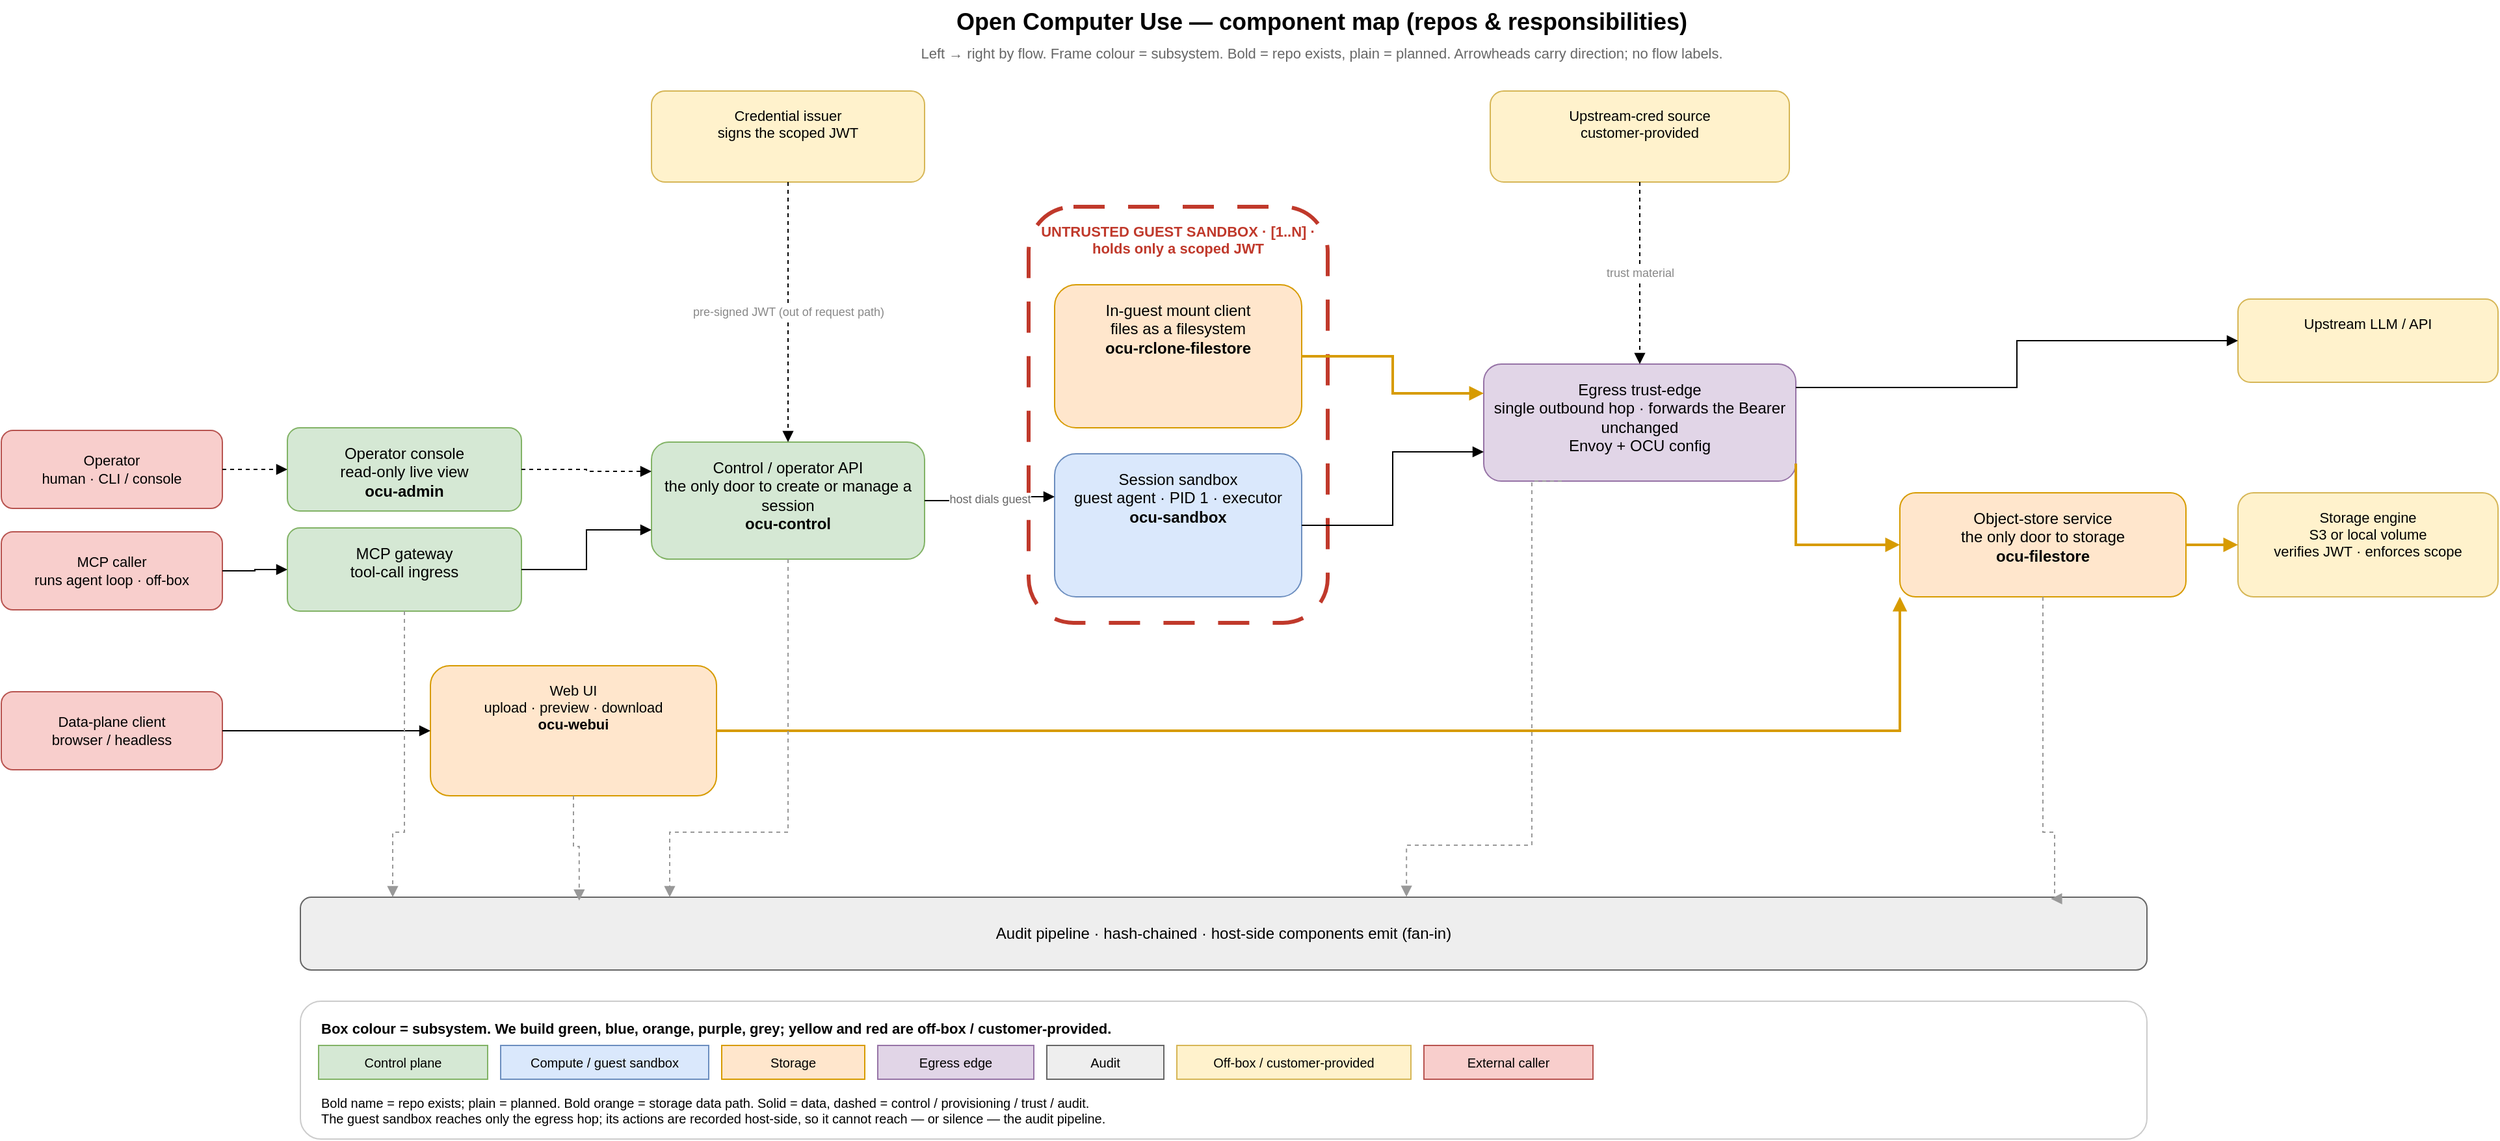
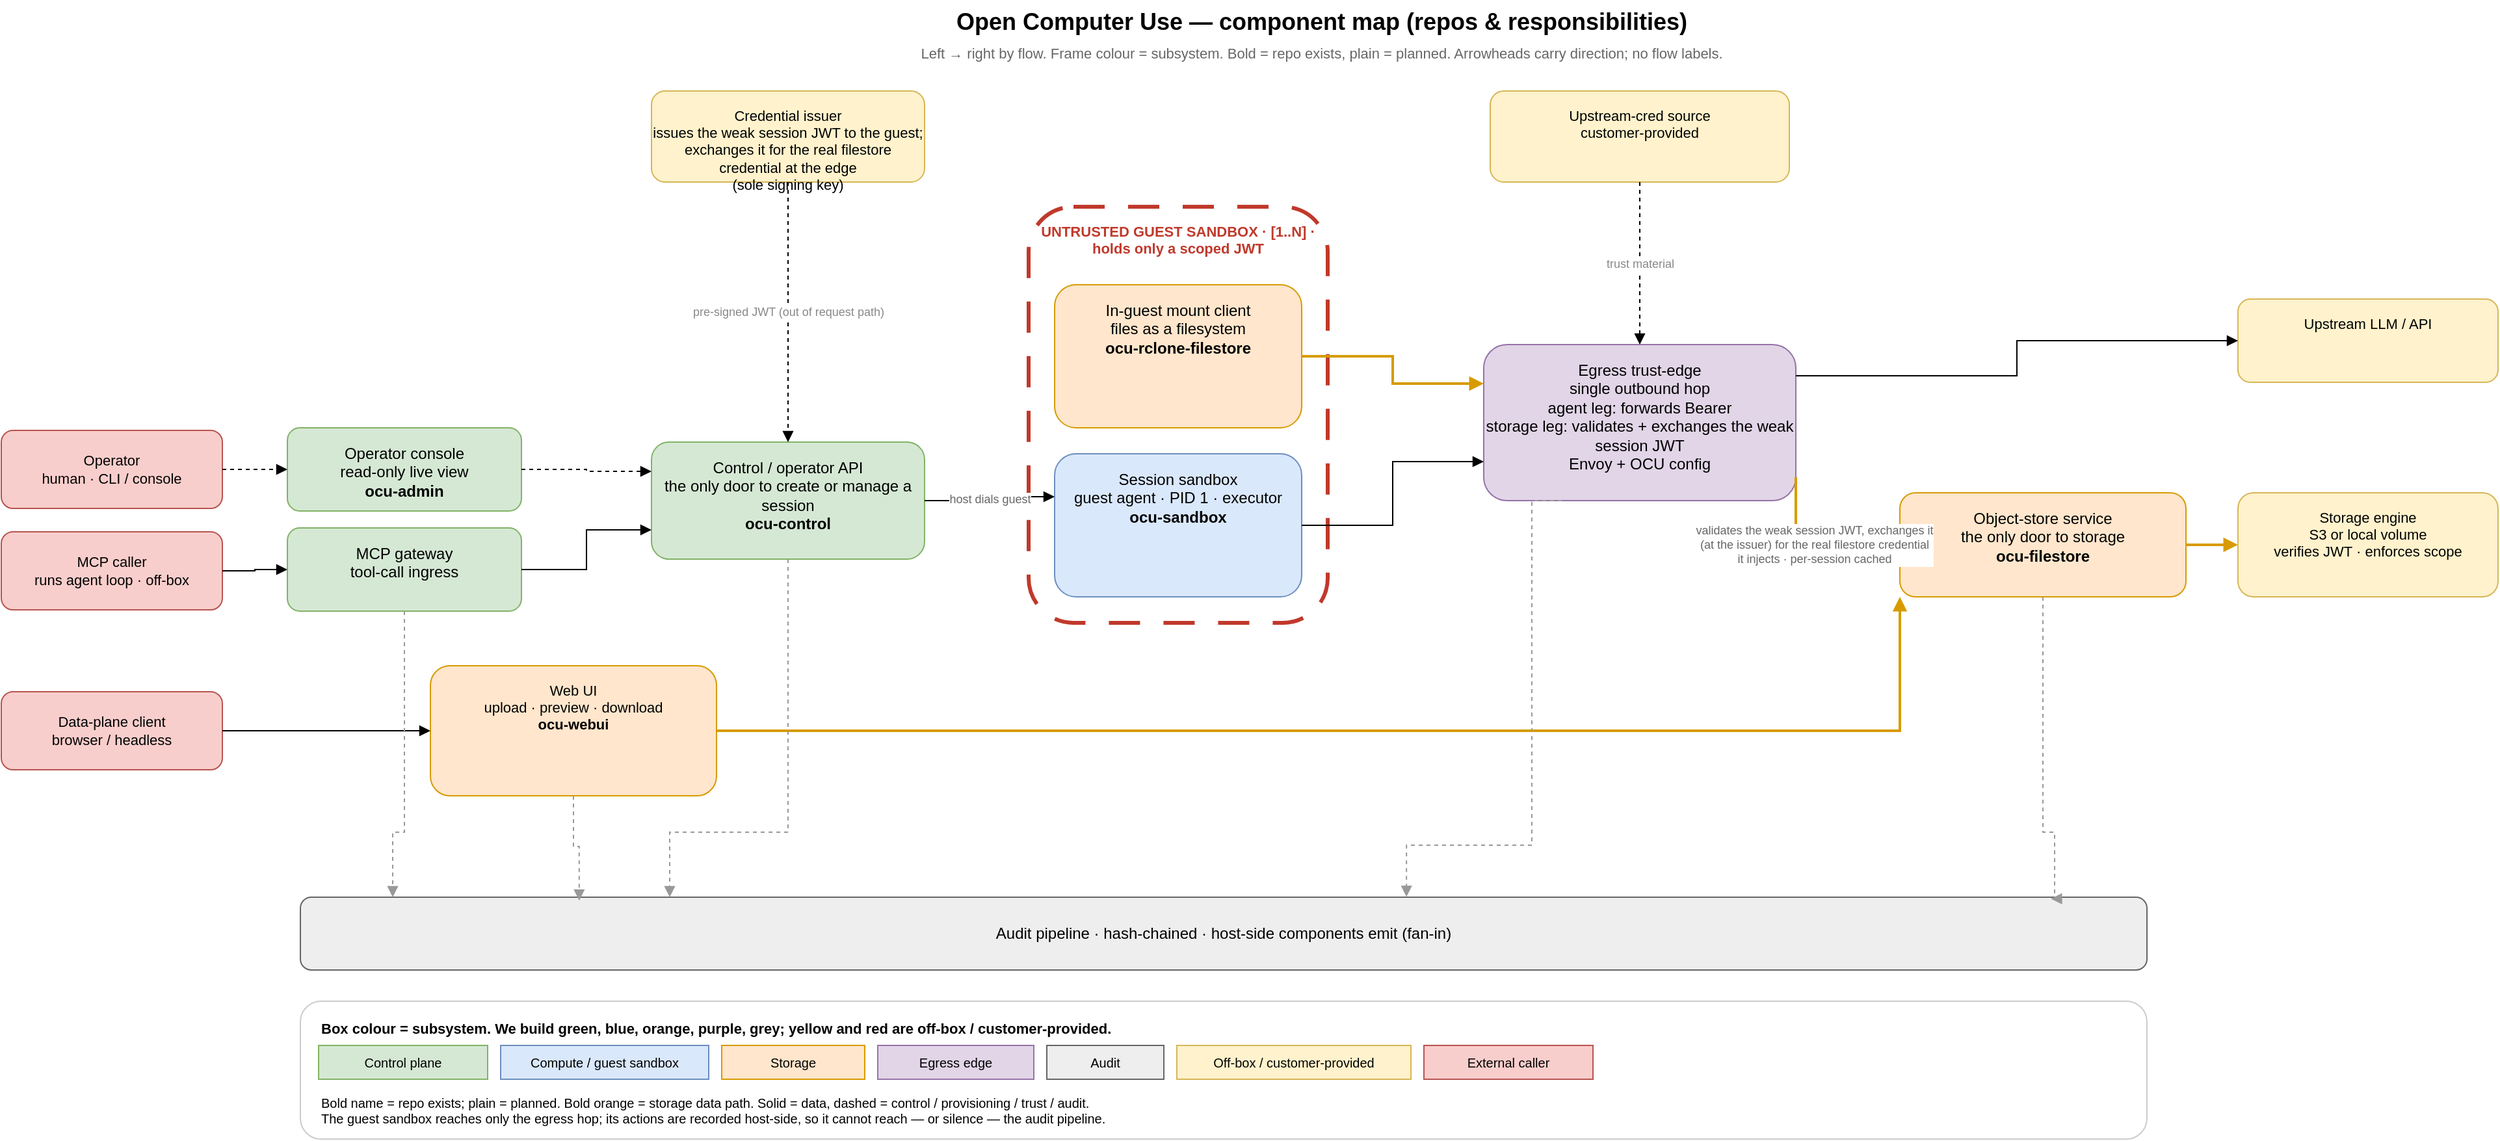
<mxfile host="65bd71144e">
    <diagram id="ocu-components" name="Component map">
        <mxGraphModel dx="1435" dy="1511" grid="1" gridSize="10" guides="1" tooltips="1" connect="1" arrows="1" fold="1" page="1" pageScale="1" pageWidth="2000" pageHeight="900" math="0" shadow="0">
            <root>
                <mxCell id="0"/>
                <mxCell id="1" parent="0"/>
                <mxCell id="title" value="Open Computer Use — component map (repos &amp; responsibilities)" style="text;html=1;strokeColor=none;fillColor=none;fontSize=18;fontStyle=1;align=center;" parent="1" vertex="1">
                    <mxGeometry x="700" y="20" width="710" height="28" as="geometry"/>
                </mxCell>
                <mxCell id="sub" value="Left → right by flow. Frame colour = subsystem. Bold = repo exists, plain = planned. Arrowheads carry direction; no flow labels." style="text;html=1;strokeColor=none;fillColor=none;fontSize=11;fontColor=#666;align=center;" parent="1" vertex="1">
                    <mxGeometry x="700" y="48" width="710" height="16" as="geometry"/>
                </mxCell>
                <mxCell id="x-peer" value="MCP caller&#xa;runs agent loop · off-box" style="rounded=1;whiteSpace=wrap;html=1;fillColor=#f8cecc;strokeColor=#b85450;fontSize=11;" parent="1" vertex="1">
                    <mxGeometry x="40" y="429" width="170" height="60" as="geometry"/>
                </mxCell>
                <mxCell id="x-op" value="Operator&#xa;human · CLI / console" style="rounded=1;whiteSpace=wrap;html=1;fillColor=#f8cecc;strokeColor=#b85450;fontSize=11;" parent="1" vertex="1">
                    <mxGeometry x="40" y="351" width="170" height="60" as="geometry"/>
                </mxCell>
                <mxCell id="x-dpc" value="Data-plane client&#xa;browser / headless" style="rounded=1;whiteSpace=wrap;html=1;fillColor=#f8cecc;strokeColor=#b85450;fontSize=11;" parent="1" vertex="1">
                    <mxGeometry x="40" y="552" width="170" height="60" as="geometry"/>
                </mxCell>
-                 <mxCell id="o-issuer" value="Credential issuer&#xa;signs the scoped JWT" style="rounded=1;whiteSpace=wrap;html=1;fillColor=#fff2cc;strokeColor=#d6b656;fontSize=11;verticalAlign=top;spacingTop=6;" parent="1" vertex="1">
+                 <mxCell id="o-issuer" value="Credential issuer&#xa;issues the weak session JWT to the guest;&#xa;exchanges it for the real filestore credential at the edge&#xa;(sole signing key)" style="rounded=1;whiteSpace=wrap;html=1;fillColor=#fff2cc;strokeColor=#d6b656;fontSize=11;verticalAlign=top;spacingTop=6;" parent="1" vertex="1">
                    <mxGeometry x="540" y="90" width="210" height="70" as="geometry"/>
                </mxCell>
                <mxCell id="c01" value="MCP gateway&#xa;tool-call ingress" style="rounded=1;whiteSpace=wrap;html=1;fillColor=#d5e8d4;strokeColor=#82b366;fontSize=12;verticalAlign=top;spacingTop=6;" parent="1" vertex="1">
                    <mxGeometry x="260" y="426" width="180" height="64" as="geometry"/>
                </mxCell>
                <mxCell id="cadmin" value="Operator console&#xa;read-only live view&#xa;&lt;b&gt;ocu-admin&lt;/b&gt;" style="rounded=1;whiteSpace=wrap;html=1;fillColor=#d5e8d4;strokeColor=#82b366;fontSize=12;verticalAlign=top;spacingTop=6;" parent="1" vertex="1">
                    <mxGeometry x="260" y="349" width="180" height="64" as="geometry"/>
                </mxCell>
                <mxCell id="c02" value="Control / operator API&#xa;the only door to create or manage a session&#xa;&lt;b&gt;ocu-control&lt;/b&gt;" style="rounded=1;whiteSpace=wrap;html=1;fillColor=#d5e8d4;strokeColor=#82b366;fontSize=12;verticalAlign=top;spacingTop=6;" parent="1" vertex="1">
                    <mxGeometry x="540" y="360" width="210" height="90" as="geometry"/>
                </mxCell>
                <mxCell id="guestframe" value="UNTRUSTED GUEST SANDBOX · [1..N] · holds only a scoped JWT" style="rounded=1;whiteSpace=wrap;html=1;fillColor=none;strokeColor=#c0392b;strokeWidth=3;dashed=1;dashPattern=8 6;fontSize=11;fontStyle=1;fontColor=#c0392b;verticalAlign=top;align=center;spacingTop=6;" parent="1" vertex="1">
                    <mxGeometry x="830" y="179" width="230" height="320" as="geometry"/>
                </mxCell>
                <mxCell id="g-agent" value="Session sandbox&#xa;guest agent · PID 1 · executor&#xa;&lt;b&gt;ocu-sandbox&lt;/b&gt;" style="rounded=1;whiteSpace=wrap;html=1;fillColor=#dae8fc;strokeColor=#6c8ebf;fontSize=12;verticalAlign=top;spacingTop=6;" parent="guestframe" vertex="1">
                    <mxGeometry x="20" y="190" width="190" height="110" as="geometry"/>
                </mxCell>
                <mxCell id="g-mount" value="In-guest mount client&#xa;files as a filesystem&#xa;&lt;b&gt;ocu-rclone-filestore&lt;/b&gt;" style="rounded=1;whiteSpace=wrap;html=1;fillColor=#ffe6cc;strokeColor=#d79b00;fontSize=12;verticalAlign=top;spacingTop=6;" parent="guestframe" vertex="1">
                    <mxGeometry x="20" y="60" width="190" height="110" as="geometry"/>
                </mxCell>
-                 <mxCell id="c06" value="Egress trust-edge&#xa;single outbound hop · forwards the Bearer unchanged&#xa;Envoy + OCU config" style="rounded=1;whiteSpace=wrap;html=1;fillColor=#e1d5e7;strokeColor=#9673a6;fontSize=12;verticalAlign=top;spacingTop=6;" parent="1" vertex="1">
-                     <mxGeometry x="1180" y="300" width="240" height="90" as="geometry"/>
+                 <mxCell id="c06" value="Egress trust-edge&#xa;single outbound hop&#xa;agent leg: forwards Bearer&#xa;storage leg: validates + exchanges the weak session JWT&#xa;Envoy + OCU config" style="rounded=1;whiteSpace=wrap;html=1;fillColor=#e1d5e7;strokeColor=#9673a6;fontSize=12;verticalAlign=top;spacingTop=6;" parent="1" vertex="1">
+                     <mxGeometry x="1180" y="285" width="240" height="120" as="geometry"/>
                </mxCell>
                <mxCell id="c08" value="Web UI&#xa;upload · preview · download&#xa;&lt;b&gt;ocu-webui&lt;/b&gt;" style="rounded=1;whiteSpace=wrap;html=1;fillColor=#ffe6cc;strokeColor=#d79b00;fontSize=11;verticalAlign=top;spacingTop=6;" parent="1" vertex="1">
                    <mxGeometry x="370" y="532" width="220" height="100" as="geometry"/>
                </mxCell>
                <mxCell id="c04" value="Object-store service&#xa;the only door to storage&#xa;&lt;b&gt;ocu-filestore&lt;/b&gt;" style="rounded=1;whiteSpace=wrap;html=1;fillColor=#ffe6cc;strokeColor=#d79b00;fontSize=12;verticalAlign=top;spacingTop=6;" parent="1" vertex="1">
                    <mxGeometry x="1500" y="399" width="220" height="80" as="geometry"/>
                </mxCell>
                <mxCell id="o-up" value="Upstream LLM / API" style="rounded=1;whiteSpace=wrap;html=1;fillColor=#fff2cc;strokeColor=#d6b656;fontSize=11;verticalAlign=top;spacingTop=6;" parent="1" vertex="1">
                    <mxGeometry x="1760" y="250" width="200" height="64" as="geometry"/>
                </mxCell>
                <mxCell id="o-sds" value="Upstream-cred source&#xa;customer-provided" style="rounded=1;whiteSpace=wrap;html=1;fillColor=#fff2cc;strokeColor=#d6b656;fontSize=11;verticalAlign=top;spacingTop=6;" parent="1" vertex="1">
                    <mxGeometry x="1185" y="90" width="230" height="70" as="geometry"/>
                </mxCell>
                <mxCell id="o-backend" value="Storage engine&#xa;S3 or local volume&#xa;verifies JWT · enforces scope" style="rounded=1;whiteSpace=wrap;html=1;fillColor=#fff2cc;strokeColor=#d6b656;fontSize=11;verticalAlign=top;spacingTop=6;" parent="1" vertex="1">
                    <mxGeometry x="1760" y="399" width="200" height="80" as="geometry"/>
                </mxCell>
                <mxCell id="c07" value="Audit pipeline · hash-chained · host-side components emit (fan-in)" style="rounded=1;whiteSpace=wrap;html=1;fillColor=#eeeeee;strokeColor=#666666;fontSize=12;verticalAlign=middle;align=center;" parent="1" vertex="1">
                    <mxGeometry x="270" y="710" width="1420" height="56" as="geometry"/>
                </mxCell>
                <mxCell id="e-peer" style="edgeStyle=orthogonalEdgeStyle;html=1;rounded=0;endArrow=block;exitX=1;exitY=0.5;entryX=0;entryY=0.5;" parent="1" source="x-peer" target="c01" edge="1">
                    <mxGeometry relative="1" as="geometry"/>
                </mxCell>
                <mxCell id="e-gw-ctrl" style="edgeStyle=orthogonalEdgeStyle;html=1;rounded=0;endArrow=block;exitX=1;exitY=0.5;entryX=0;entryY=0.75;entryDx=0;entryDy=0;" parent="1" source="c01" target="c02" edge="1">
                    <mxGeometry relative="1" as="geometry"/>
                </mxCell>
                <mxCell id="e-ctrl-sbx" value="host dials guest" style="edgeStyle=orthogonalEdgeStyle;html=1;rounded=0;endArrow=block;fontSize=9;fontColor=#666;exitX=1;exitY=0.5;entryX=0;entryY=0.3;" parent="1" source="c02" target="g-agent" edge="1">
                    <mxGeometry relative="1" as="geometry"/>
                </mxCell>
                <mxCell id="e-op-admin" style="edgeStyle=orthogonalEdgeStyle;html=1;rounded=0;endArrow=block;dashed=1;exitX=1;exitY=0.5;entryX=0;entryY=0.5;exitDx=0;exitDy=0;" parent="1" source="x-op" target="cadmin" edge="1">
                    <mxGeometry relative="1" as="geometry"/>
                </mxCell>
                <mxCell id="e-admin-ctrl" style="edgeStyle=orthogonalEdgeStyle;html=1;rounded=0;endArrow=block;dashed=1;exitX=1;exitY=0.5;entryX=0;entryY=0.25;entryDx=0;entryDy=0;" parent="1" source="cadmin" target="c02" edge="1">
                    <mxGeometry relative="1" as="geometry"/>
                </mxCell>
                <mxCell id="e-iss-ctrl" value="pre-signed JWT (out of request path)" style="edgeStyle=orthogonalEdgeStyle;html=1;rounded=0;endArrow=block;dashed=1;fontSize=9;fontColor=#888;exitX=0.5;exitY=1;entryX=0.5;entryY=0;exitDx=0;exitDy=0;" parent="1" source="o-issuer" target="c02" edge="1">
                    <mxGeometry relative="1" as="geometry">
                        <mxPoint x="645" y="189" as="sourcePoint"/>
                    </mxGeometry>
                </mxCell>
                <mxCell id="e-mount-egr" style="edgeStyle=orthogonalEdgeStyle;html=1;rounded=0;endArrow=block;strokeWidth=2;strokeColor=#d79b00;exitX=1;exitY=0.5;entryX=0;entryY=0.25;entryDx=0;entryDy=0;" parent="1" source="g-mount" target="c06" edge="1">
                    <mxGeometry relative="1" as="geometry"/>
                </mxCell>
-                 <mxCell id="e-egr-backend" style="edgeStyle=orthogonalEdgeStyle;html=1;rounded=0;endArrow=block;strokeWidth=2;strokeColor=#d79b00;exitX=1;exitY=0.85;entryX=0;entryY=0.5;entryDx=0;entryDy=0;" parent="1" source="c06" target="c04" edge="1">
+                 <mxCell id="e-egr-backend" value="validates the weak session JWT, exchanges it&#xa;(at the issuer) for the real filestore credential&#xa;it injects · per-session cached" style="edgeStyle=orthogonalEdgeStyle;html=1;rounded=0;endArrow=block;strokeWidth=2;strokeColor=#d79b00;fontSize=9;fontColor=#666;exitX=1;exitY=0.85;entryX=0;entryY=0.5;entryDx=0;entryDy=0;" parent="1" source="c06" target="c04" edge="1">
                    <mxGeometry relative="1" as="geometry">
                        <Array as="points">
                            <mxPoint x="1500" y="439"/>
                            <mxPoint x="1500" y="439"/>
                        </Array>
                    </mxGeometry>
                </mxCell>
                <mxCell id="e-dpc" style="edgeStyle=orthogonalEdgeStyle;html=1;rounded=0;endArrow=block;exitX=1;exitY=0.5;entryX=0;entryY=0.5;" parent="1" source="x-dpc" target="c08" edge="1">
                    <mxGeometry relative="1" as="geometry"/>
                </mxCell>
                <mxCell id="e-webui-c04" style="edgeStyle=orthogonalEdgeStyle;html=1;rounded=0;endArrow=block;strokeWidth=2;strokeColor=#d79b00;exitX=1;exitY=0.5;entryX=0;entryY=1;entryDx=0;entryDy=0;" parent="1" source="c08" target="c04" edge="1">
                    <mxGeometry relative="1" as="geometry"/>
                </mxCell>
                <mxCell id="e-c04-backend" style="edgeStyle=orthogonalEdgeStyle;html=1;rounded=0;endArrow=block;strokeWidth=2;strokeColor=#d79b00;exitX=1;exitY=0.5;entryX=0;entryY=0.5;entryDx=0;entryDy=0;" parent="1" source="c04" target="o-backend" edge="1">
                    <mxGeometry relative="1" as="geometry"/>
                </mxCell>
                <mxCell id="e-agent-egr" style="edgeStyle=orthogonalEdgeStyle;html=1;rounded=0;endArrow=block;exitX=1;exitY=0.5;entryX=0;entryY=0.75;entryDx=0;entryDy=0;" parent="1" source="g-agent" target="c06" edge="1">
                    <mxGeometry relative="1" as="geometry"/>
                </mxCell>
                <mxCell id="e-egr-up" style="edgeStyle=orthogonalEdgeStyle;html=1;rounded=0;endArrow=block;exitX=1;exitY=0.2;entryX=0;entryY=0.5;" parent="1" source="c06" target="o-up" edge="1">
                    <mxGeometry relative="1" as="geometry"/>
                </mxCell>
                <mxCell id="e-sds-egr" value="trust material" style="edgeStyle=orthogonalEdgeStyle;html=1;rounded=0;endArrow=block;dashed=1;fontSize=9;fontColor=#888;exitX=0.5;exitY=1;entryX=0.5;entryY=0;exitDx=0;exitDy=0;" parent="1" source="o-sds" target="c06" edge="1">
                    <mxGeometry relative="1" as="geometry">
                        <mxPoint x="1295" y="189" as="sourcePoint"/>
                    </mxGeometry>
                </mxCell>
                <mxCell id="e-gw-audit" style="edgeStyle=orthogonalEdgeStyle;html=1;rounded=0;endArrow=block;dashed=1;strokeColor=#999;exitX=0.5;exitY=1;entryX=0.05;entryY=0;" parent="1" source="c01" target="c07" edge="1">
                    <mxGeometry relative="1" as="geometry">
                        <Array as="points">
                            <mxPoint x="350" y="660"/>
                            <mxPoint x="341" y="660"/>
                        </Array>
                    </mxGeometry>
                </mxCell>
                <mxCell id="e-ctrl-audit" style="edgeStyle=orthogonalEdgeStyle;html=1;rounded=0;endArrow=block;dashed=1;strokeColor=#999;exitX=0.5;exitY=1;entryX=0.2;entryY=0;" parent="1" source="c02" target="c07" edge="1">
                    <mxGeometry relative="1" as="geometry">
                        <Array as="points">
                            <mxPoint x="645" y="660"/>
                            <mxPoint x="554" y="660"/>
                        </Array>
                    </mxGeometry>
                </mxCell>
                <mxCell id="e-egr-audit" style="edgeStyle=orthogonalEdgeStyle;html=1;rounded=0;endArrow=block;dashed=1;strokeColor=#999;exitX=0.25;exitY=1;entryX=0.599;entryY=-0.005;exitDx=0;exitDy=0;entryDx=0;entryDy=0;entryPerimeter=0;" parent="1" source="c06" target="c07" edge="1">
                    <mxGeometry relative="1" as="geometry">
                        <Array as="points">
                            <mxPoint x="1217" y="670"/>
                            <mxPoint x="1121" y="670"/>
                        </Array>
                    </mxGeometry>
                </mxCell>
                <mxCell id="e-c04-audit" style="edgeStyle=orthogonalEdgeStyle;html=1;rounded=0;endArrow=block;dashed=1;strokeColor=#999;exitX=0.5;exitY=1;entryX=0.948;entryY=0.022;entryDx=0;entryDy=0;entryPerimeter=0;" parent="1" source="c04" target="c07" edge="1">
                    <mxGeometry relative="1" as="geometry">
                        <Array as="points">
                            <mxPoint x="1610" y="660"/>
                            <mxPoint x="1619" y="660"/>
                            <mxPoint x="1619" y="711"/>
                        </Array>
                    </mxGeometry>
                </mxCell>
                <mxCell id="e-c08-audit" style="edgeStyle=orthogonalEdgeStyle;html=1;rounded=0;endArrow=block;dashed=1;strokeColor=#999;exitX=0.5;exitY=1;entryX=0.151;entryY=0.047;entryDx=0;entryDy=0;entryPerimeter=0;" parent="1" source="c08" target="c07" edge="1">
                    <mxGeometry relative="1" as="geometry"/>
                </mxCell>
                <mxCell id="legendbox" value="" style="rounded=1;whiteSpace=wrap;html=1;fillColor=#ffffff;strokeColor=#cccccc;" parent="1" vertex="1">
                    <mxGeometry x="270" y="790" width="1420" height="106" as="geometry"/>
                </mxCell>
                <mxCell id="legendtitle" value="Box colour = subsystem. We build green, blue, orange, purple, grey; yellow and red are off-box / customer-provided." style="text;html=1;strokeColor=none;fillColor=none;fontSize=11;fontStyle=1;align=left;" parent="legendbox" vertex="1">
                    <mxGeometry x="14" y="8" width="1390" height="18" as="geometry"/>
                </mxCell>
                <mxCell id="sw-green" value="Control plane" style="rounded=0;whiteSpace=wrap;html=1;fillColor=#d5e8d4;strokeColor=#82b366;fontSize=10;" parent="legendbox" vertex="1">
                    <mxGeometry x="14" y="34" width="130" height="26" as="geometry"/>
                </mxCell>
                <mxCell id="sw-blue" value="Compute / guest sandbox" style="rounded=0;whiteSpace=wrap;html=1;fillColor=#dae8fc;strokeColor=#6c8ebf;fontSize=10;" parent="legendbox" vertex="1">
                    <mxGeometry x="154" y="34" width="160" height="26" as="geometry"/>
                </mxCell>
                <mxCell id="sw-orange" value="Storage" style="rounded=0;whiteSpace=wrap;html=1;fillColor=#ffe6cc;strokeColor=#d79b00;fontSize=10;" parent="legendbox" vertex="1">
                    <mxGeometry x="324" y="34" width="110" height="26" as="geometry"/>
                </mxCell>
                <mxCell id="sw-purple" value="Egress edge" style="rounded=0;whiteSpace=wrap;html=1;fillColor=#e1d5e7;strokeColor=#9673a6;fontSize=10;" parent="legendbox" vertex="1">
                    <mxGeometry x="444" y="34" width="120" height="26" as="geometry"/>
                </mxCell>
                <mxCell id="sw-grey" value="Audit" style="rounded=0;whiteSpace=wrap;html=1;fillColor=#eeeeee;strokeColor=#666666;fontSize=10;" parent="legendbox" vertex="1">
                    <mxGeometry x="574" y="34" width="90" height="26" as="geometry"/>
                </mxCell>
                <mxCell id="sw-yellow" value="Off-box / customer-provided" style="rounded=0;whiteSpace=wrap;html=1;fillColor=#fff2cc;strokeColor=#d6b656;fontSize=10;" parent="legendbox" vertex="1">
                    <mxGeometry x="674" y="34" width="180" height="26" as="geometry"/>
                </mxCell>
                <mxCell id="sw-red" value="External caller" style="rounded=0;whiteSpace=wrap;html=1;fillColor=#f8cecc;strokeColor=#b85450;fontSize=10;" parent="legendbox" vertex="1">
                    <mxGeometry x="864" y="34" width="130" height="26" as="geometry"/>
                </mxCell>
                <mxCell id="legendtext" value="Bold name = repo exists; plain = planned.   Bold orange = storage data path.   Solid = data, dashed = control / provisioning / trust / audit.&#xa;The guest sandbox reaches only the egress hop; its actions are recorded host-side, so it cannot reach — or silence — the audit pipeline." style="text;html=1;strokeColor=none;fillColor=none;fontSize=10;align=left;" parent="legendbox" vertex="1">
                    <mxGeometry x="14" y="66" width="1390" height="32" as="geometry"/>
                </mxCell>
            </root>
        </mxGraphModel>
    </diagram>
</mxfile>